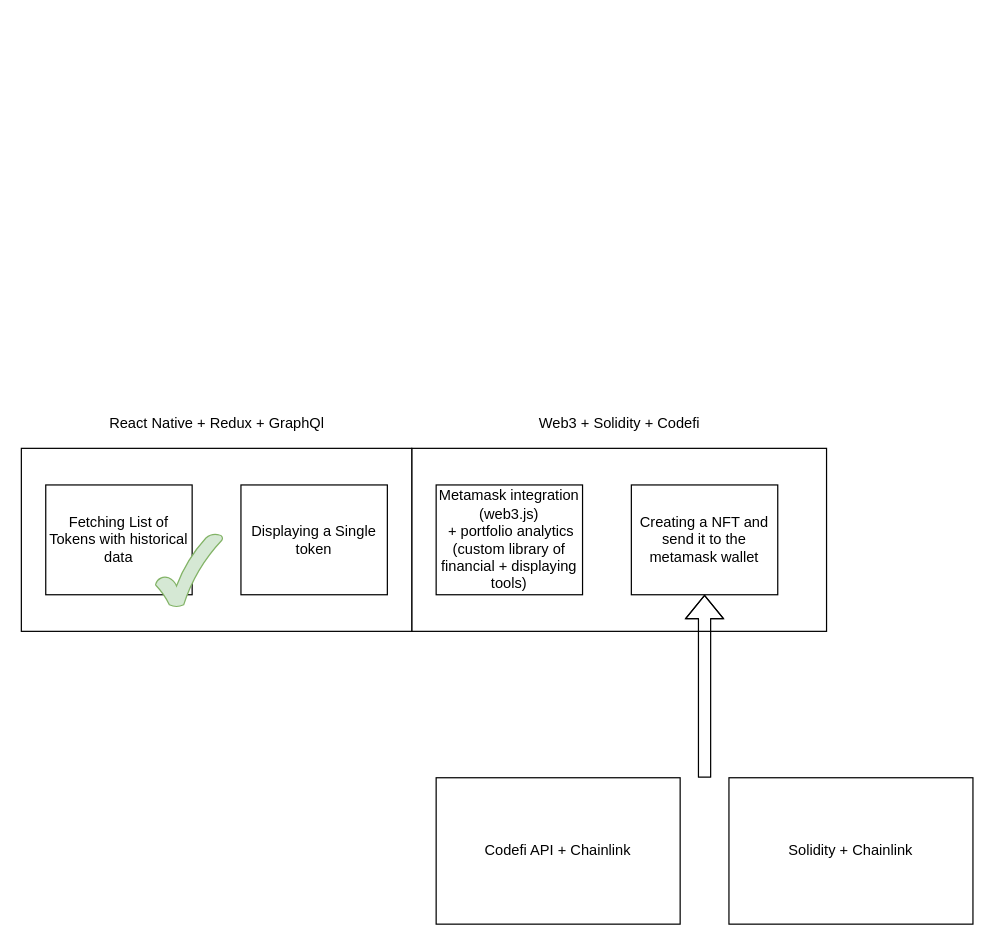
The draw.io diagram uniportfolio.drawio in exakoss/uni-portfolio, before the edit. Source tidied: cells renumbered, new cells numbered last; positions are measured from the earlier drawing's top-left corner, leaving out a move shared by most shapes. Both pictures are drawn from the tidied source at 122%, with x=0, y=0 at pixel (21, 411). Pictures stored in the file or linked from it are replaced by grey dashed boxes.
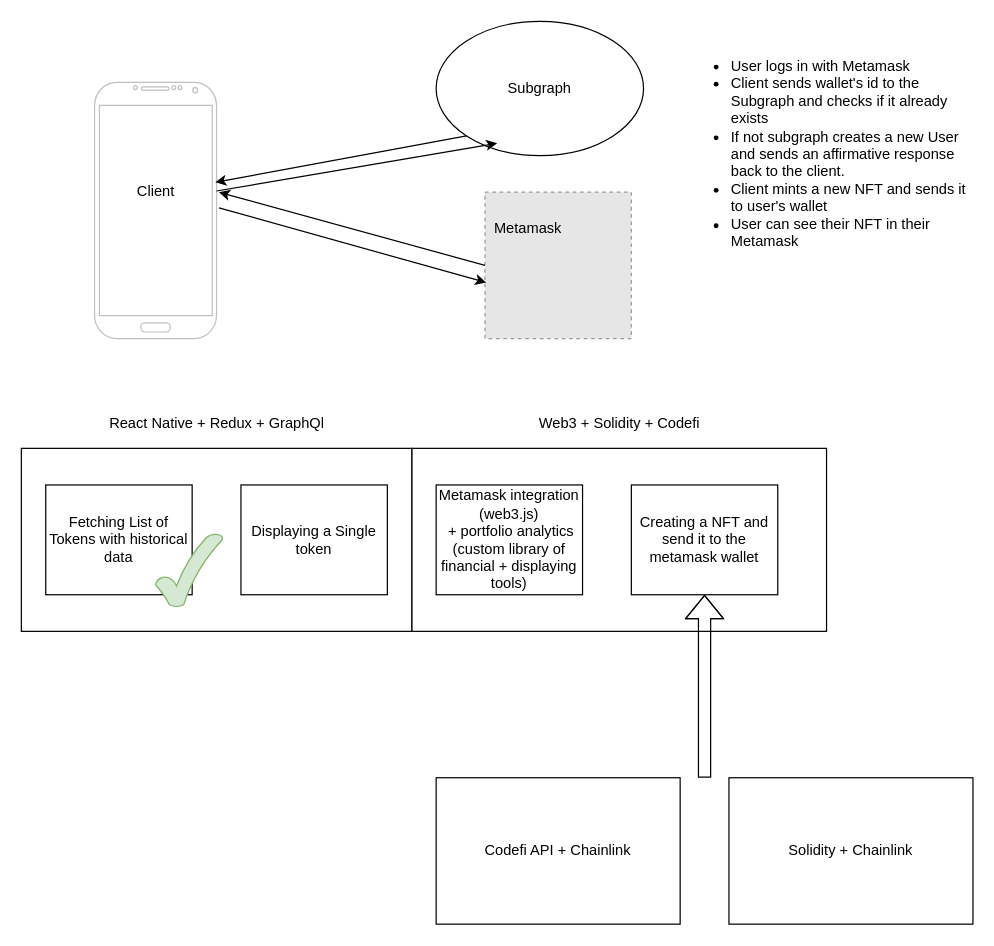
The same diagram, later.

What changed in the source:
```diff
@@
+    <mxCell id="14" style="verticalLabelPosition=bottom;verticalAlign=top;html=1;shadow=0;dashed=0;strokeWidth=1;shape=mxgraph.android.phone2;strokeColor=#c0c0c0;" parent="1" vertex="1">
+      <mxGeometry x="60" y="-270" width="100" height="210" as="geometry" />
+    </mxCell>
+    <mxCell id="15" value="Client" style="text;html=1;align=center;verticalAlign=middle;" parent="1" vertex="1">
+      <mxGeometry x="85" y="-190" width="50" height="20" as="geometry" />
+    </mxCell>
+    <mxCell id="16" value="Subgraph" style="ellipse;whiteSpace=wrap;html=1;" parent="1" vertex="1">
+      <mxGeometry x="340" y="-320" width="170" height="110" as="geometry" />
+    </mxCell>
+    <mxCell id="17" style="fillColor=#E6E6E6;strokeColor=#999999;dashed=1;html=1;verticalAlign=top;verticalLabelPosition=bottom;labelBackgroundColor=#ffffff;" parent="1" vertex="1">
+      <mxGeometry x="380" y="-180" width="120" height="120" as="geometry" />
+    </mxCell>
+    <mxCell id="18" value="Metamask" style="text;html=1;align=center;verticalAlign=middle;" parent="1" vertex="1">
+      <mxGeometry x="380" y="-160" width="70" height="20" as="geometry" />
+    </mxCell>
+    <mxCell id="19" value="&lt;ul&gt;&lt;li&gt;User logs in with Metamask&lt;/li&gt;&lt;li&gt;Client sends wallet's id to the Subgraph and checks if it already exists&lt;/li&gt;&lt;li&gt;If not subgraph creates a new User and sends an affirmative response back to the client.&lt;/li&gt;&lt;li&gt;Client mints a new NFT and sends it to user's wallet&lt;/li&gt;&lt;li&gt;User can see their NFT in their Metamask&lt;/li&gt;&lt;/ul&gt;" style="text;strokeColor=none;fillColor=none;html=1;whiteSpace=wrap;verticalAlign=middle;overflow=hidden;" parent="1" vertex="1">
+      <mxGeometry x="540" y="-305" width="240" height="175" as="geometry" />
+    </mxCell>
+    <mxCell id="20" style="endArrow=classic;html=1;entryX=1.02;entryY=0.429;entryDx=0;entryDy=0;entryPerimeter=0;exitX=0;exitY=0.5;exitDx=0;exitDy=0;" parent="1" edge="1" source="17" target="14">
+      <mxGeometry relative="1" as="geometry" />
+    </mxCell>
+    <mxCell id="21" style="endArrow=classic;html=1;exitX=1;exitY=0.424;exitDx=0;exitDy=0;exitPerimeter=0;" parent="1" edge="1" source="14">
+      <mxGeometry relative="1" as="geometry">
+        <mxPoint x="390" y="-220" as="targetPoint" />
+      </mxGeometry>
+    </mxCell>
+    <mxCell id="22" style="endArrow=classic;html=1;entryX=0.99;entryY=0.39;entryDx=0;entryDy=0;entryPerimeter=0;exitX=0;exitY=1;exitDx=0;exitDy=0;" parent="1" edge="1" source="16" target="14">
+      <mxGeometry relative="1" as="geometry" />
+    </mxCell>
+    <mxCell id="23" style="endArrow=classic;html=1;exitX=1.02;exitY=0.49;exitDx=0;exitDy=0;exitPerimeter=0;entryX=0.008;entryY=0.617;entryDx=0;entryDy=0;entryPerimeter=0;" parent="1" edge="1" source="14" target="17">
+      <mxGeometry relative="1" as="geometry" />
+    </mxCell>
```
